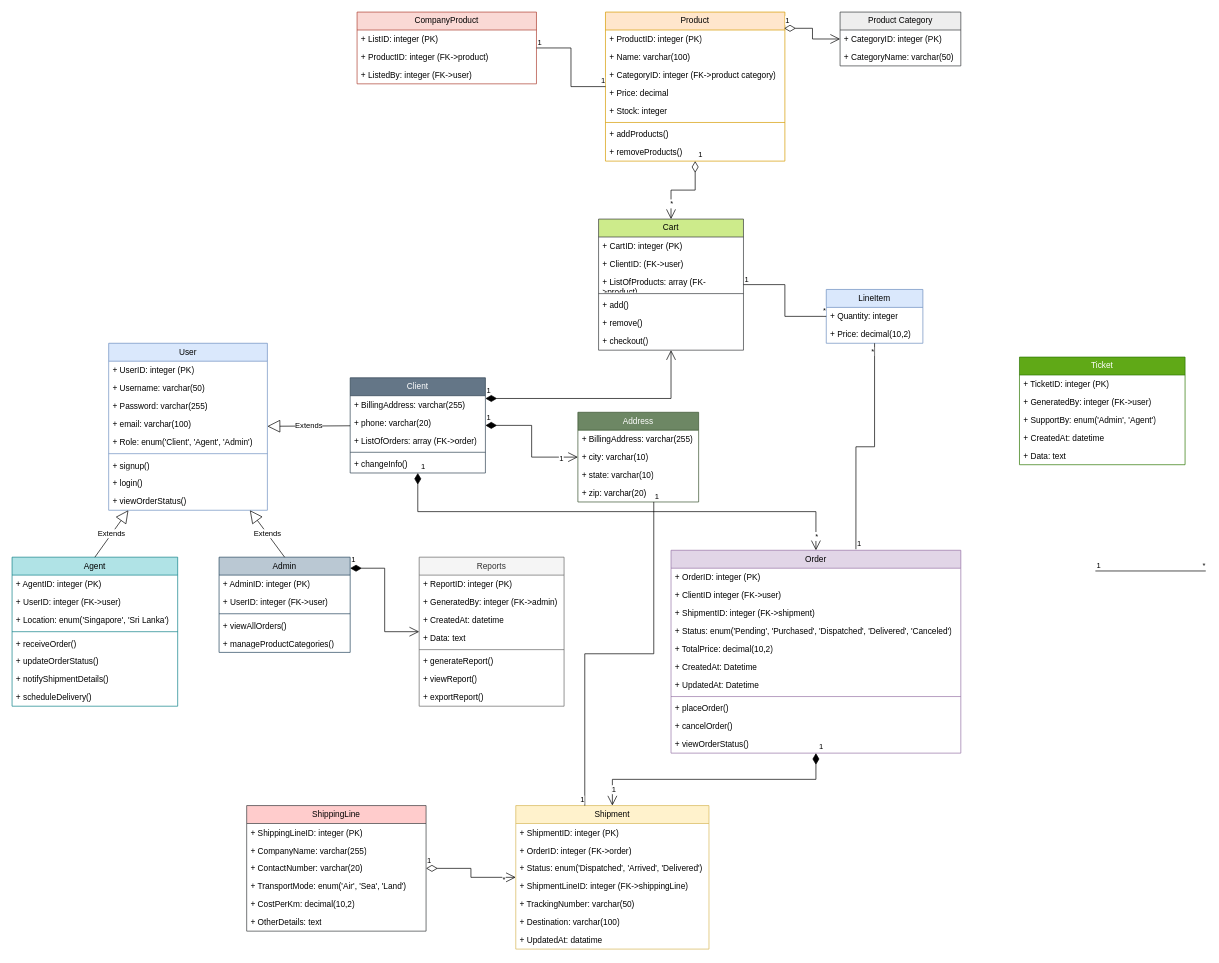
The draw.io diagram diagrams/UML-class-diagram.drawio in K-M-Shehan/software-design-docs, before the edit. Source tidied: cells renumbered, new cells numbered last; positions are measured from the earlier drawing's top-left corner, leaving out a move shared by most shapes. Both pictures are drawn from the tidied source at 69%, with x=0, y=0 at pixel (12, 12).
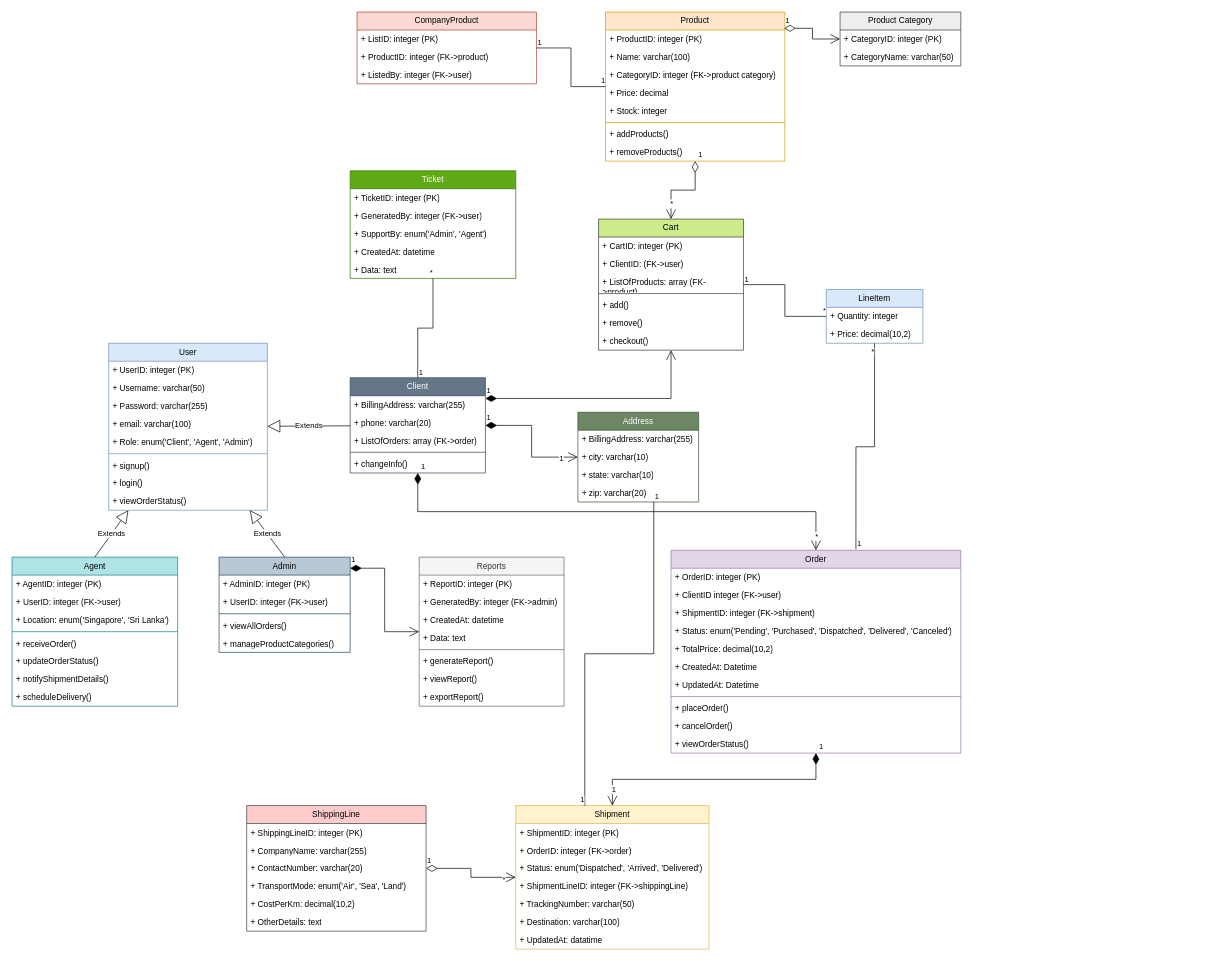
After the change.

Commit message:
created relationship (ticket, client)

The change refers to these unchanged cells:
```xml
<mxCell id="114" value="Client" style="swimlane;fontStyle=0;horizontal=1;startSize=26;fillColor=#647687;whiteSpace=wrap;html=1;strokeColor=#314354;fontColor=#ffffff;" parent="1" vertex="1">
  <mxGeometry x="490" y="530" width="196" height="138" as="geometry" />
</mxCell>
```

Change to the diagram source:
```diff
@@
     <mxCell id="87" value="Ticket" style="swimlane;fontStyle=0;horizontal=1;startSize=26;fillColor=#60a917;whiteSpace=wrap;html=1;strokeColor=#2D7600;fontColor=#ffffff;" parent="1" vertex="1">
-      <mxGeometry x="1460" y="500" width="240" height="156" as="geometry" />
+      <mxGeometry x="490" y="230" width="240" height="156" as="geometry" />
     </mxCell>
@@
-    <mxCell id="105" style="endArrow=none;html=1;edgeStyle=orthogonalEdgeStyle;rounded=0;" parent="1" edge="1">
-      <mxGeometry relative="1" as="geometry">
-        <mxPoint x="1570" y="810" as="sourcePoint" />
-        <mxPoint x="1730" y="810" as="targetPoint" />
-      </mxGeometry>
+    <mxCell id="105" style="endArrow=none;html=1;edgeStyle=orthogonalEdgeStyle;rounded=0;" parent="1" edge="1" source="114" target="87">
+      <mxGeometry relative="1" as="geometry" />
     </mxCell>
```
